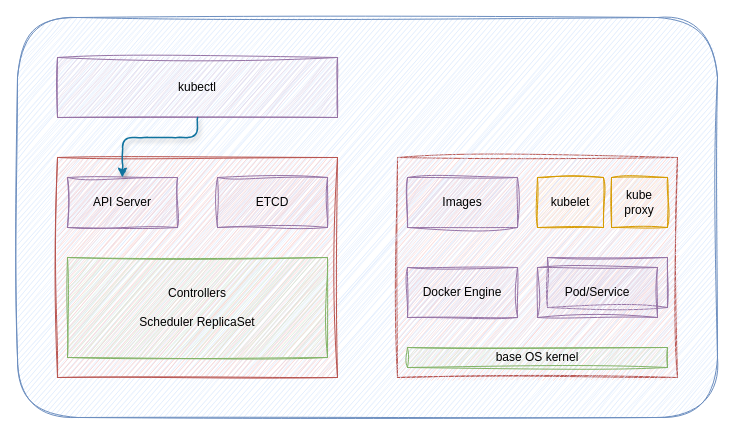
Earlier version of the draw.io diagram Kubernetes.drawio (qinxinliang/diagrams). Source tidied: cells renumbered, new cells numbered last; positions are measured from the earlier drawing's top-left corner, leaving out a move shared by most shapes. Both pictures are drawn from the tidied source at 100%, with x=0, y=0 at pixel (17, 17).
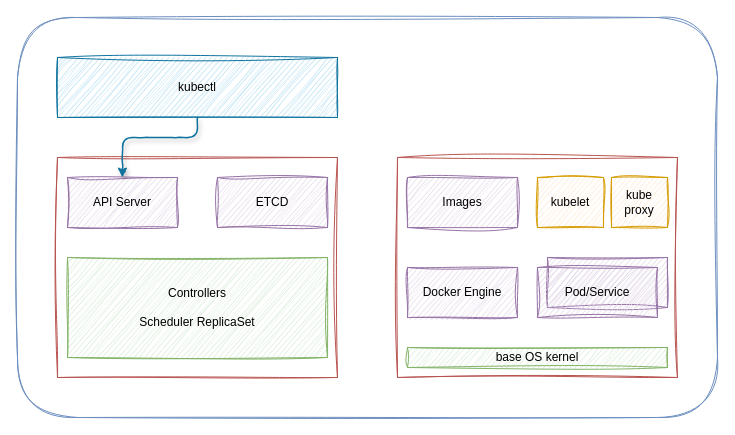
The same diagram, later.

Change to the diagram source:
```diff
@@
 <mxGraphModel>
   <root>
     <mxCell id="0" />
     <mxCell id="1" parent="0" />
+    <mxCell id="3" style="rounded=1;whiteSpace=wrap;html=1;glass=0;fillStyle=auto;fillColor=none;strokeColor=#6c8ebf;sketch=1;curveFitting=1;jiggle=2;" parent="1" vertex="1">
+      <mxGeometry width="700" height="400" as="geometry" />
+    </mxCell>
-    <mxCell id="2" style="rounded=0;whiteSpace=wrap;html=1;fillColor=#f8cecc;glass=0;strokeColor=#b85450;shadow=0;sketch=1;curveFitting=1;jiggle=2;" parent="1" vertex="1">
+    <mxCell id="2" style="rounded=0;whiteSpace=wrap;html=1;fillColor=none;glass=0;strokeColor=#b85450;shadow=0;sketch=1;curveFitting=1;jiggle=2;" parent="1" vertex="1">
       <mxGeometry x="380" y="140" width="280" height="220" as="geometry" />
     </mxCell>
-    <mxCell id="3" style="rounded=1;whiteSpace=wrap;html=1;glass=0;fillStyle=auto;fillColor=#dae8fc;strokeColor=#6c8ebf;sketch=1;curveFitting=1;jiggle=2;" parent="1" vertex="1">
-      <mxGeometry width="700" height="400" as="geometry" />
-    </mxCell>
-    <mxCell id="4" value="kubectl" style="rounded=0;whiteSpace=wrap;html=1;fillColor=#e1d5e7;sketch=1;curveFitting=1;jiggle=2;strokeColor=#9673a6;" parent="1" vertex="1">
+    <mxCell id="4" value="kubectl" style="rounded=0;whiteSpace=wrap;html=1;fillColor=#b1ddf0;strokeColor=#10739e;sketch=1;curveFitting=1;jiggle=2;glass=0;" parent="1" vertex="1">
       <mxGeometry x="40" y="40" width="280" height="60" as="geometry" />
     </mxCell>
-    <mxCell id="5" style="rounded=0;whiteSpace=wrap;html=1;fillColor=#f8cecc;sketch=1;curveFitting=1;jiggle=2;glass=0;strokeColor=#b85450;" parent="1" vertex="1">
+    <mxCell id="5" style="rounded=0;whiteSpace=wrap;html=1;fillColor=none;sketch=1;curveFitting=1;jiggle=2;glass=0;strokeColor=#b85450;" parent="1" vertex="1">
       <mxGeometry x="40" y="140" width="280" height="220" as="geometry" />
     </mxCell>
     <mxCell id="6" value="API Server" style="rounded=0;whiteSpace=wrap;html=1;fillColor=#e1d5e7;sketch=1;curveFitting=1;jiggle=2;strokeColor=#9673a6;" parent="1" vertex="1">
       <mxGeometry x="50" y="160" width="110" height="50" as="geometry" />
     </mxCell>
     <mxCell id="7" value="kubelet" style="rounded=0;whiteSpace=wrap;html=1;fillColor=#ffe6cc;sketch=1;curveFitting=1;jiggle=2;strokeColor=#d79b00;" parent="1" vertex="1">
       <mxGeometry x="520" y="160" width="66" height="50" as="geometry" />
     </mxCell>
     <mxCell id="8" value="&lt;div&gt;Controllers&lt;/div&gt;&lt;div&gt;&lt;br&gt;&lt;/div&gt;&lt;div&gt;Scheduler ReplicaSet&lt;br&gt;&lt;/div&gt;" style="rounded=0;whiteSpace=wrap;html=1;fillColor=#d5e8d4;sketch=1;curveFitting=1;jiggle=2;strokeColor=#82b366;" parent="1" vertex="1">
       <mxGeometry x="50" y="240" width="260" height="100" as="geometry" />
     </mxCell>
     <mxCell id="9" value="Images" style="rounded=0;whiteSpace=wrap;html=1;fillColor=#e1d5e7;sketch=1;curveFitting=1;jiggle=2;strokeColor=#9673a6;" parent="1" vertex="1">
       <mxGeometry x="390" y="160" width="110" height="50" as="geometry" />
     </mxCell>
     <mxCell id="10" value="base OS kernel" style="rounded=0;whiteSpace=wrap;html=1;fillColor=#d5e8d4;sketch=1;curveFitting=1;jiggle=2;strokeColor=#82b366;" parent="1" vertex="1">
       <mxGeometry x="390" y="330" width="260" height="20" as="geometry" />
     </mxCell>
     <mxCell id="11" value="Docker Engine" style="rounded=0;whiteSpace=wrap;html=1;fillColor=#e1d5e7;sketch=1;curveFitting=1;jiggle=2;strokeColor=#9673a6;" parent="1" vertex="1">
       <mxGeometry x="390" y="250" width="110" height="50" as="geometry" />
     </mxCell>
     <mxCell id="12" style="rounded=0;whiteSpace=wrap;html=1;fillColor=#e1d5e7;sketch=1;curveFitting=1;jiggle=2;strokeColor=#9673a6;" parent="1" vertex="1">
       <mxGeometry x="530" y="240" width="120" height="50" as="geometry" />
     </mxCell>
     <mxCell id="13" value="Pod/Service" style="rounded=0;whiteSpace=wrap;html=1;fillColor=#e1d5e7;sketch=1;curveFitting=1;jiggle=2;strokeColor=#9673a6;" parent="1" vertex="1">
       <mxGeometry x="520" y="250" width="120" height="50" as="geometry" />
     </mxCell>
     <mxCell id="14" value="kube proxy" style="rounded=0;whiteSpace=wrap;html=1;fillColor=#ffe6cc;sketch=1;curveFitting=1;jiggle=2;strokeColor=#d79b00;" parent="1" vertex="1">
       <mxGeometry x="594" y="160" width="56" height="50" as="geometry" />
     </mxCell>
     <mxCell id="15" value="ETCD" style="rounded=0;whiteSpace=wrap;html=1;fillColor=#e1d5e7;sketch=1;curveFitting=1;jiggle=2;strokeColor=#9673a6;" parent="1" vertex="1">
       <mxGeometry x="200" y="160" width="110" height="50" as="geometry" />
     </mxCell>
     <mxCell id="16" style="endArrow=classic;html=1;exitX=0.5;exitY=1;exitDx=0;exitDy=0;entryX=0.5;entryY=0;entryDx=0;entryDy=0;fillColor=#b1ddf0;strokeColor=#10739e;rounded=1;targetPerimeterSpacing=0;sourcePerimeterSpacing=0;endSize=6;startSize=6;strokeWidth=1.5;shadow=1;comic=1;" parent="1" edge="1" source="4" target="6">
       <mxGeometry relative="1" as="geometry">
         <Array as="points">
           <mxPoint x="180" y="120" />
           <mxPoint x="140" y="120" />
           <mxPoint x="105" y="120" />
         </Array>
       </mxGeometry>
     </mxCell>
   </root>
 </mxGraphModel>
```
